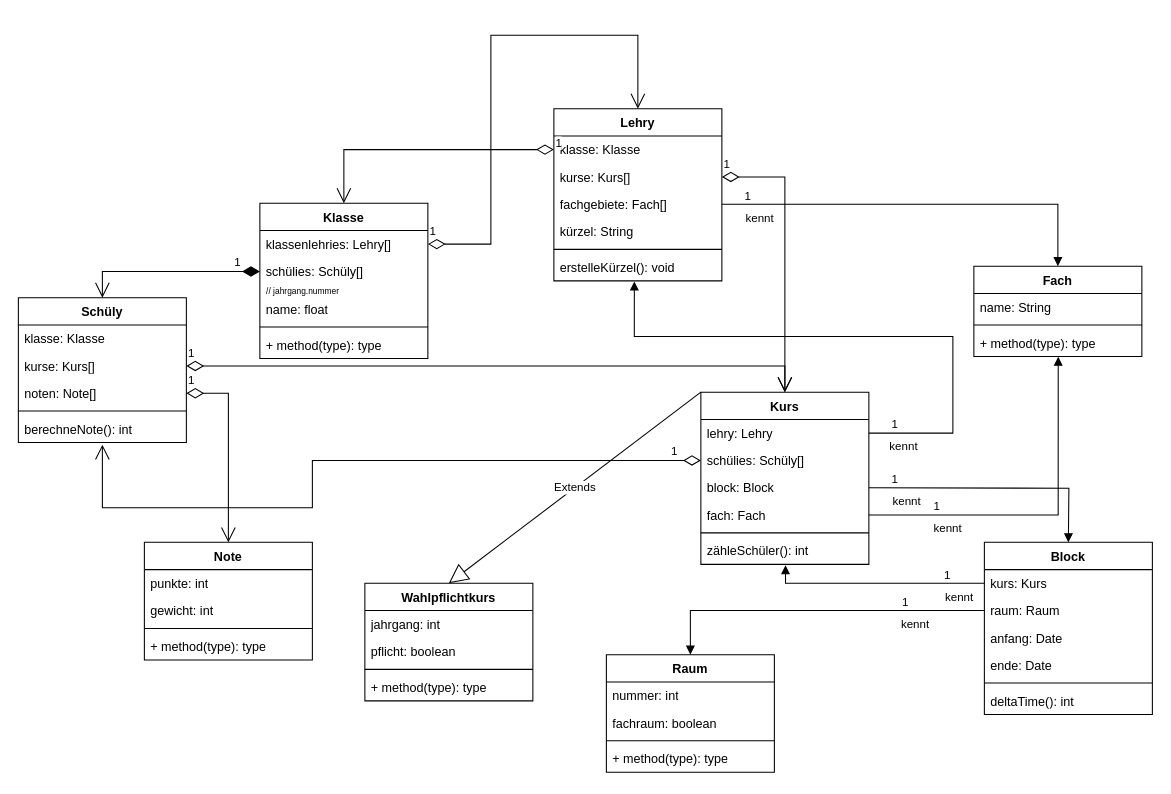
The draw.io diagram InfoLK.drawio in CookieCenter/draw, before the edit. Source tidied: cells renumbered, new cells numbered last; positions are measured from the earlier drawing's top-left corner, leaving out a move shared by most shapes. Both pictures are drawn from the tidied source at 105%, with x=0, y=0 at pixel (18, 35).
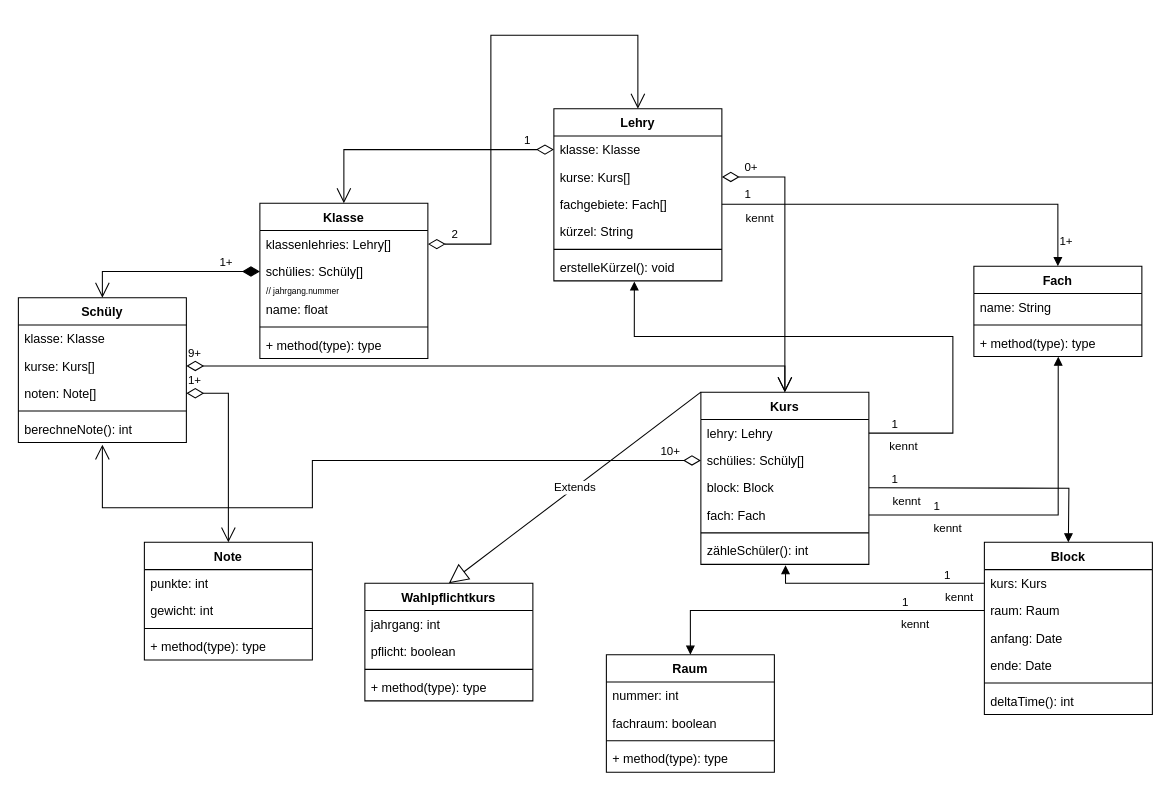
The same page after the edit.

Unchanged cells that the change refers to:
```xml
<mxCell id="2" value="Schüly" style="swimlane;fontStyle=1;align=center;verticalAlign=top;horizontal=1;startSize=26;whiteSpace=wrap;html=1;" parent="1" vertex="1">
  <mxGeometry y="250" width="160" height="138" as="geometry" />
</mxCell>
<mxCell id="4" value="kurse: Kurs[]" style="text;strokeColor=none;fillColor=none;align=left;verticalAlign=top;spacingLeft=4;spacingRight=4;overflow=hidden;points=[[0,0.5],[1,0.5]];portConstraint=eastwest;whiteSpace=wrap;html=1;" parent="2" vertex="1">
  <mxGeometry y="52" width="160" height="26" as="geometry" />
</mxCell>
<mxCell id="5" value="noten: Note[]" style="text;strokeColor=none;fillColor=none;align=left;verticalAlign=top;spacingLeft=4;spacingRight=4;overflow=hidden;points=[[0,0.5],[1,0.5]];portConstraint=eastwest;whiteSpace=wrap;html=1;" parent="2" vertex="1">
  <mxGeometry y="78" width="160" height="26" as="geometry" />
</mxCell>
<mxCell id="7" value="berechneNote(): int" style="text;strokeColor=none;fillColor=none;align=left;verticalAlign=top;spacingLeft=4;spacingRight=4;overflow=hidden;points=[[0,0.5],[1,0.5]];portConstraint=eastwest;whiteSpace=wrap;html=1;" parent="2" vertex="1">
  <mxGeometry y="112" width="160" height="26" as="geometry" />
</mxCell>
<mxCell id="8" value="Lehry" style="swimlane;fontStyle=1;align=center;verticalAlign=top;horizontal=1;startSize=26;whiteSpace=wrap;html=1;" parent="1" vertex="1">
  <mxGeometry x="510" y="70" width="160" height="164" as="geometry" />
</mxCell>
<mxCell id="9" value="klasse: Klasse" style="text;strokeColor=none;fillColor=none;align=left;verticalAlign=top;spacingLeft=4;spacingRight=4;overflow=hidden;points=[[0,0.5],[1,0.5]];portConstraint=eastwest;whiteSpace=wrap;html=1;" parent="8" vertex="1">
  <mxGeometry y="26" width="160" height="26" as="geometry" />
</mxCell>
<mxCell id="10" value="kurse: Kurs[]" style="text;strokeColor=none;fillColor=none;align=left;verticalAlign=top;spacingLeft=4;spacingRight=4;overflow=hidden;points=[[0,0.5],[1,0.5]];portConstraint=eastwest;whiteSpace=wrap;html=1;" parent="8" vertex="1">
  <mxGeometry y="52" width="160" height="26" as="geometry" />
</mxCell>
<mxCell id="15" value="Kurs" style="swimlane;fontStyle=1;align=center;verticalAlign=top;horizontal=1;startSize=26;whiteSpace=wrap;html=1;" parent="1" vertex="1">
  <mxGeometry x="650" y="340" width="160" height="164" as="geometry" />
</mxCell>
<mxCell id="17" value="schülies: Schüly[]" style="text;strokeColor=none;fillColor=none;align=left;verticalAlign=top;spacingLeft=4;spacingRight=4;overflow=hidden;points=[[0,0.5],[1,0.5]];portConstraint=eastwest;whiteSpace=wrap;html=1;" parent="15" vertex="1">
  <mxGeometry y="52" width="160" height="26" as="geometry" />
</mxCell>
<mxCell id="22" value="Klasse" style="swimlane;fontStyle=1;align=center;verticalAlign=top;horizontal=1;startSize=26;whiteSpace=wrap;html=1;" parent="1" vertex="1">
  <mxGeometry x="230" y="160" width="160" height="148" as="geometry" />
</mxCell>
<mxCell id="23" value="&lt;div&gt;klassenlehries: Lehry[]&lt;/div&gt;&lt;div&gt;&lt;br&gt;&lt;/div&gt;" style="text;strokeColor=none;fillColor=none;align=left;verticalAlign=top;spacingLeft=4;spacingRight=4;overflow=hidden;points=[[0,0.5],[1,0.5]];portConstraint=eastwest;whiteSpace=wrap;html=1;" parent="22" vertex="1">
  <mxGeometry y="26" width="160" height="26" as="geometry" />
</mxCell>
<mxCell id="24" value="schülies: Schüly[]" style="text;strokeColor=none;fillColor=none;align=left;verticalAlign=top;spacingLeft=4;spacingRight=4;overflow=hidden;points=[[0,0.5],[1,0.5]];portConstraint=eastwest;whiteSpace=wrap;html=1;" parent="22" vertex="1">
  <mxGeometry y="52" width="160" height="26" as="geometry" />
</mxCell>
<mxCell id="46" value="Note" style="swimlane;fontStyle=1;align=center;verticalAlign=top;horizontal=1;startSize=26;whiteSpace=wrap;html=1;" parent="1" vertex="1">
  <mxGeometry x="120" y="483" width="160" height="112" as="geometry" />
</mxCell>
<mxCell id="68" value="kennt" style="endArrow=block;endFill=1;html=1;edgeStyle=orthogonalEdgeStyle;align=left;verticalAlign=top;rounded=0;exitX=1;exitY=0.5;exitDx=0;exitDy=0;" parent="1" edge="1" source="11" target="60">
  <mxGeometry x="-0.89" relative="1" as="geometry" />
</mxCell>
```

Diff of the diagram source:
```diff
@@
-    <mxCell id="51" value="1" style="endArrow=open;html=1;endSize=12;startArrow=diamondThin;startSize=14;startFill=0;edgeStyle=orthogonalEdgeStyle;align=left;verticalAlign=bottom;rounded=0;exitX=1;exitY=0.5;exitDx=0;exitDy=0;" parent="1" edge="1" source="10" target="15">
-      <mxGeometry x="-1" y="3" relative="1" as="geometry" />
+    <mxCell id="51" value="0+" style="endArrow=open;html=1;endSize=12;startArrow=diamondThin;startSize=14;startFill=0;edgeStyle=orthogonalEdgeStyle;align=left;verticalAlign=bottom;rounded=0;exitX=1;exitY=0.5;exitDx=0;exitDy=0;" parent="1" edge="1" source="10" target="15">
+      <mxGeometry x="-0.85" relative="1" as="geometry" />
     </mxCell>
-    <mxCell id="52" value="1" style="endArrow=open;html=1;endSize=12;startArrow=diamondThin;startSize=14;startFill=0;edgeStyle=orthogonalEdgeStyle;align=left;verticalAlign=bottom;rounded=0;entryX=0.5;entryY=0;entryDx=0;entryDy=0;" parent="1" edge="1" source="4" target="15">
+    <mxCell id="52" value="9+" style="endArrow=open;html=1;endSize=12;startArrow=diamondThin;startSize=14;startFill=0;edgeStyle=orthogonalEdgeStyle;align=left;verticalAlign=bottom;rounded=0;entryX=0.5;entryY=0;entryDx=0;entryDy=0;" parent="1" edge="1" source="4" target="15">
       <mxGeometry x="-1" y="3" relative="1" as="geometry" />
     </mxCell>
-    <mxCell id="53" value="1" style="endArrow=open;html=1;endSize=12;startArrow=diamondThin;startSize=14;startFill=0;edgeStyle=orthogonalEdgeStyle;align=left;verticalAlign=bottom;rounded=0;exitX=1;exitY=0.5;exitDx=0;exitDy=0;entryX=0.5;entryY=0;entryDx=0;entryDy=0;" parent="1" edge="1" source="5" target="46">
+    <mxCell id="53" value="1+" style="endArrow=open;html=1;endSize=12;startArrow=diamondThin;startSize=14;startFill=0;edgeStyle=orthogonalEdgeStyle;align=left;verticalAlign=bottom;rounded=0;exitX=1;exitY=0.5;exitDx=0;exitDy=0;entryX=0.5;entryY=0;entryDx=0;entryDy=0;" parent="1" edge="1" source="5" target="46">
       <mxGeometry x="-1" y="3" relative="1" as="geometry" />
     </mxCell>
-    <mxCell id="54" value="1" style="endArrow=open;html=1;endSize=12;startArrow=diamondThin;startSize=14;startFill=1;edgeStyle=orthogonalEdgeStyle;align=left;verticalAlign=bottom;rounded=0;exitX=0;exitY=0.5;exitDx=0;exitDy=0;" parent="1" edge="1" source="24" target="2">
-      <mxGeometry x="-0.7" relative="1" as="geometry" />
+    <mxCell id="54" value="1+" style="endArrow=open;html=1;endSize=12;startArrow=diamondThin;startSize=14;startFill=1;edgeStyle=orthogonalEdgeStyle;align=left;verticalAlign=bottom;rounded=0;exitX=0;exitY=0.5;exitDx=0;exitDy=0;" parent="1" edge="1" source="24" target="2">
+      <mxGeometry x="-0.54" relative="1" as="geometry" />
     </mxCell>
@@
-    <mxCell id="69" value="1" style="edgeLabel;html=1;align=left;verticalAlign=bottom;" parent="68" vertex="1">
+    <mxCell id="69" value="1+" style="edgeLabel;html=1;align=left;verticalAlign=bottom;" parent="68" vertex="1">
       <mxGeometry x="-1" relative="1" as="geometry">
-        <mxPoint x="20" as="offset" />
+        <mxPoint x="320" y="43" as="offset" />
       </mxGeometry>
     </mxCell>
+    <mxCell id="75" value="1" style="edgeLabel;html=1;align=left;verticalAlign=bottom;" parent="68" vertex="1">
+      <mxGeometry x="-1" relative="1" as="geometry">
+        <mxPoint x="20" y="-1" as="offset" />
+      </mxGeometry>
+    </mxCell>
-    <mxCell id="70" value="1" style="endArrow=open;html=1;endSize=12;startArrow=diamondThin;startSize=14;startFill=0;edgeStyle=orthogonalEdgeStyle;align=left;verticalAlign=bottom;rounded=0;exitX=0;exitY=0.5;exitDx=0;exitDy=0;entryX=0.5;entryY=1.077;entryDx=0;entryDy=0;entryPerimeter=0;" parent="1" edge="1" source="17" target="7">
-      <mxGeometry x="-0.91" relative="1" as="geometry">
+    <mxCell id="70" value="10+" style="endArrow=open;html=1;endSize=12;startArrow=diamondThin;startSize=14;startFill=0;edgeStyle=orthogonalEdgeStyle;align=left;verticalAlign=bottom;rounded=0;exitX=0;exitY=0.5;exitDx=0;exitDy=0;entryX=0.5;entryY=1.077;entryDx=0;entryDy=0;entryPerimeter=0;" parent="1" edge="1" source="17" target="7">
+      <mxGeometry x="-0.88" relative="1" as="geometry">
         <Array as="points">
           <mxPoint x="280" y="405" />
           <mxPoint x="280" y="450" />
           <mxPoint x="80" y="450" />
         </Array>
       </mxGeometry>
     </mxCell>
@@
-    <mxCell id="73" value="1" style="endArrow=open;html=1;endSize=12;startArrow=diamondThin;startSize=14;startFill=0;edgeStyle=orthogonalEdgeStyle;align=left;verticalAlign=bottom;rounded=0;exitX=1;exitY=0.5;exitDx=0;exitDy=0;entryX=0.5;entryY=0;entryDx=0;entryDy=0;" parent="1" edge="1" source="23" target="8">
-      <mxGeometry x="-1" y="3" relative="1" as="geometry">
+    <mxCell id="73" value="2" style="endArrow=open;html=1;endSize=12;startArrow=diamondThin;startSize=14;startFill=0;edgeStyle=orthogonalEdgeStyle;align=left;verticalAlign=bottom;rounded=0;exitX=1;exitY=0.5;exitDx=0;exitDy=0;entryX=0.5;entryY=0;entryDx=0;entryDy=0;" parent="1" edge="1" source="23" target="8">
+      <mxGeometry x="-0.91" relative="1" as="geometry">
         <Array as="points">
           <mxPoint x="450" y="199" />
           <mxPoint x="450" />
           <mxPoint x="590" />
         </Array>
       </mxGeometry>
     </mxCell>
     <mxCell id="74" value="1" style="endArrow=open;html=1;endSize=12;startArrow=diamondThin;startSize=14;startFill=0;edgeStyle=orthogonalEdgeStyle;align=left;verticalAlign=bottom;rounded=0;entryX=0.5;entryY=0;entryDx=0;entryDy=0;" parent="1" edge="1" source="9" target="22">
-      <mxGeometry x="-1" y="3" relative="1" as="geometry" />
+      <mxGeometry x="-0.76" relative="1" as="geometry" />
     </mxCell>
```
